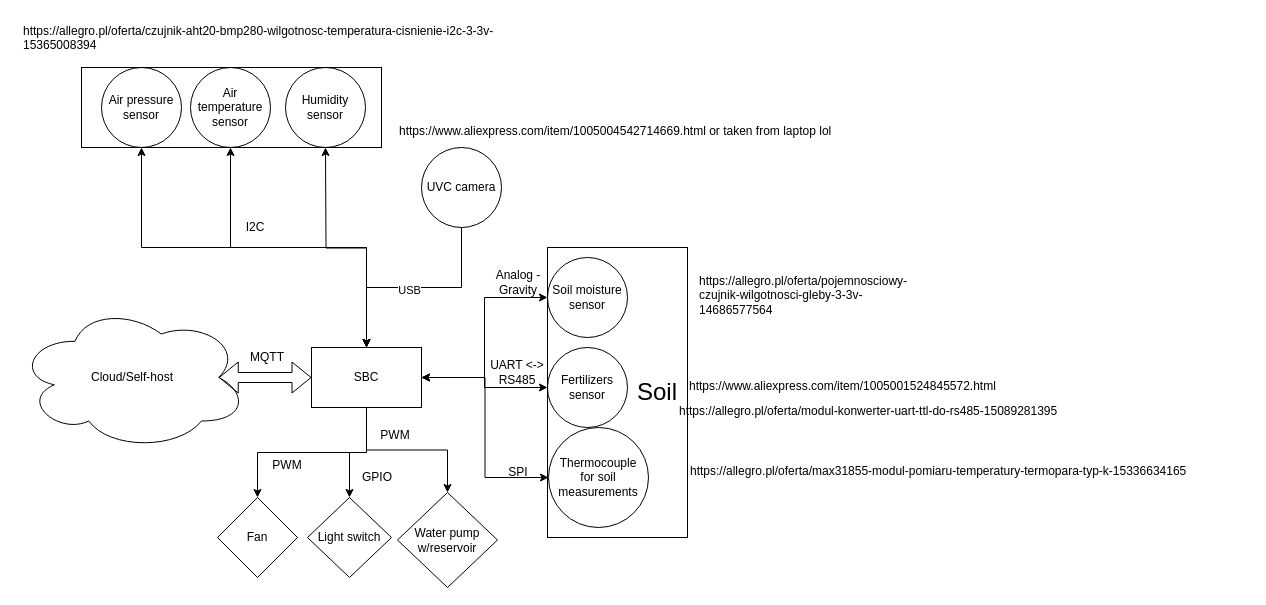
Above: page "OverallView" (1 of 5) of docs/models/Project.drawio in KhazAkar/ags (draw.io), before the change. Source tidied: cells renumbered, new cells numbered last; positions are measured from the earlier drawing's top-left corner, leaving out a move shared by most shapes. Both pictures are drawn from the tidied source at 100%, with x=0, y=0 at pixel (17, 17).
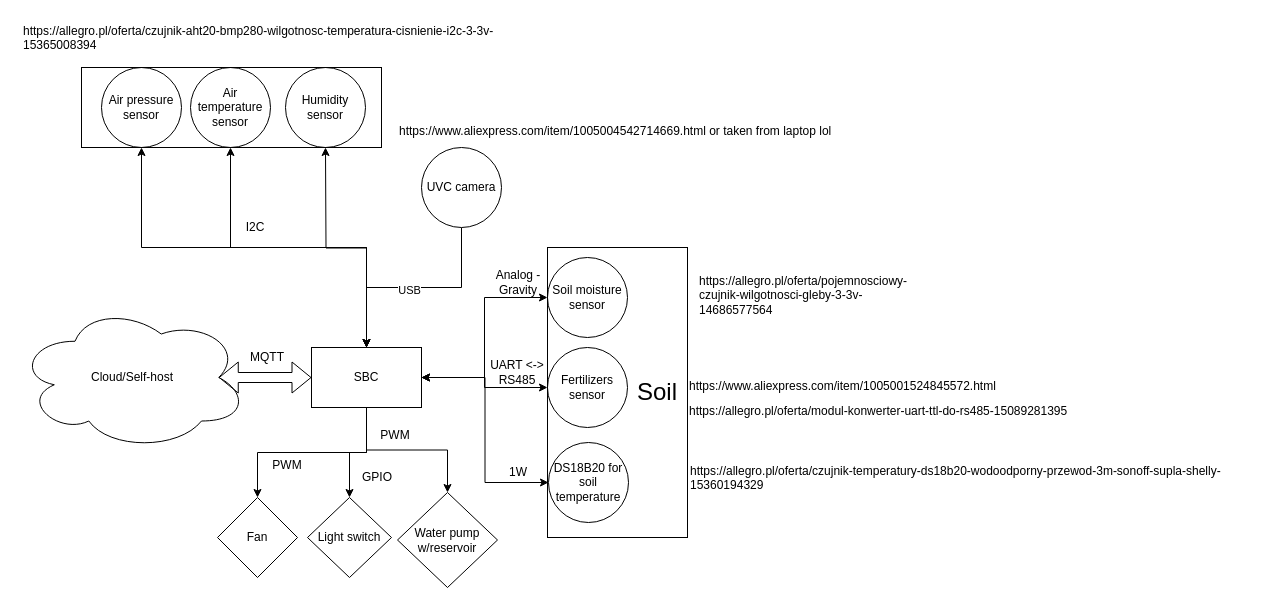
The same diagram, later.

The edit, as a diff of the source:
```diff
@@
-    <mxCell id="32" value="https://allegro.pl/oferta/max31855-modul-pomiaru-temperatury-termopara-typ-k-15336634165" style="text;whiteSpace=wrap;" parent="1" vertex="1">
+    <mxCell id="32" value="https://allegro.pl/oferta/czujnik-temperatury-ds18b20-wodoodporny-przewod-3m-sonoff-supla-shelly-15360194329" style="text;whiteSpace=wrap;" parent="1" vertex="1">
       <mxGeometry x="671" y="440" width="560" height="50" as="geometry" />
     </mxCell>
-    <mxCell id="33" value="Thermocouple&lt;div&gt;for&amp;nbsp;&lt;span style=&quot;background-color: initial;&quot;&gt;soil&lt;/span&gt;&lt;/div&gt;&lt;div&gt;measurements&lt;/div&gt;" style="ellipse;whiteSpace=wrap;html=1;" parent="1" vertex="1">
-      <mxGeometry x="531" y="410" width="100" height="100" as="geometry" />
+    <mxCell id="33" value="DS18B20 for&lt;div&gt;soil&lt;/div&gt;&lt;div&gt;temperature&lt;/div&gt;" style="ellipse;whiteSpace=wrap;html=1;" parent="1" vertex="1">
+      <mxGeometry x="531" y="425" width="80" height="80" as="geometry" />
     </mxCell>
-    <mxCell id="34" value="SPI" style="text;html=1;align=center;verticalAlign=middle;whiteSpace=wrap;rounded=0;" parent="1" vertex="1">
+    <mxCell id="34" value="1W" style="text;html=1;align=center;verticalAlign=middle;whiteSpace=wrap;rounded=0;" parent="1" vertex="1">
       <mxGeometry x="471" y="440" width="60" height="30" as="geometry" />
     </mxCell>
@@
     <mxCell id="42" value="https://allegro.pl/oferta/modul-konwerter-uart-ttl-do-rs485-15089281395" style="text;whiteSpace=wrap;" parent="1" vertex="1">
-      <mxGeometry x="660" y="380" width="470" height="40" as="geometry" />
+      <mxGeometry x="670" y="380" width="470" height="40" as="geometry" />
     </mxCell>
```
